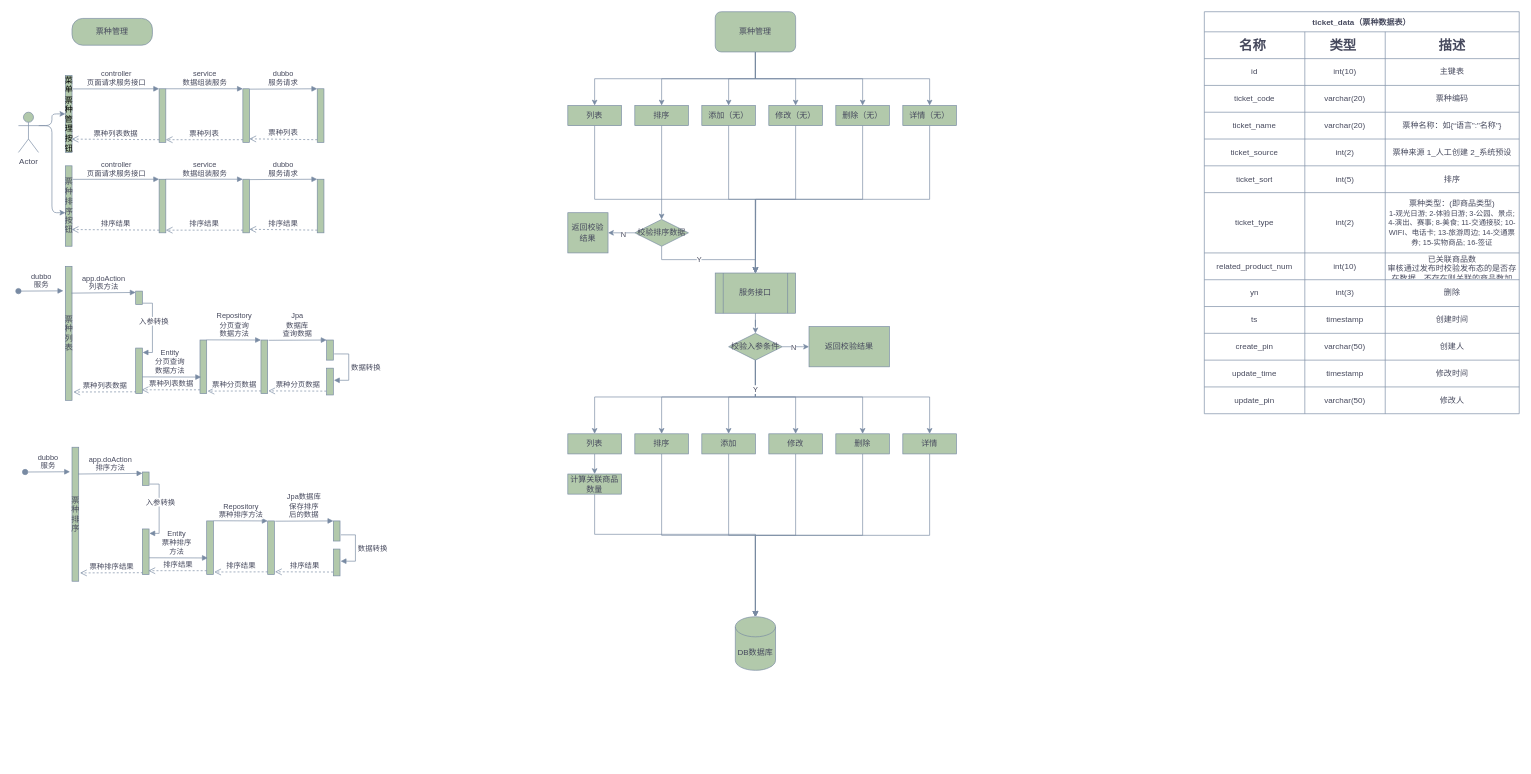
Before: page "票种管理" (1 of 2) of tour-product.drawio in liqiang0113/Project, a draw.io diagram. Source tidied: cells renumbered, new cells numbered last; positions are measured from the earlier drawing's top-left corner, leaving out a move shared by most shapes. Both pictures are drawn from the tidied source at 67%, with x=0, y=0 at pixel (18, 11).
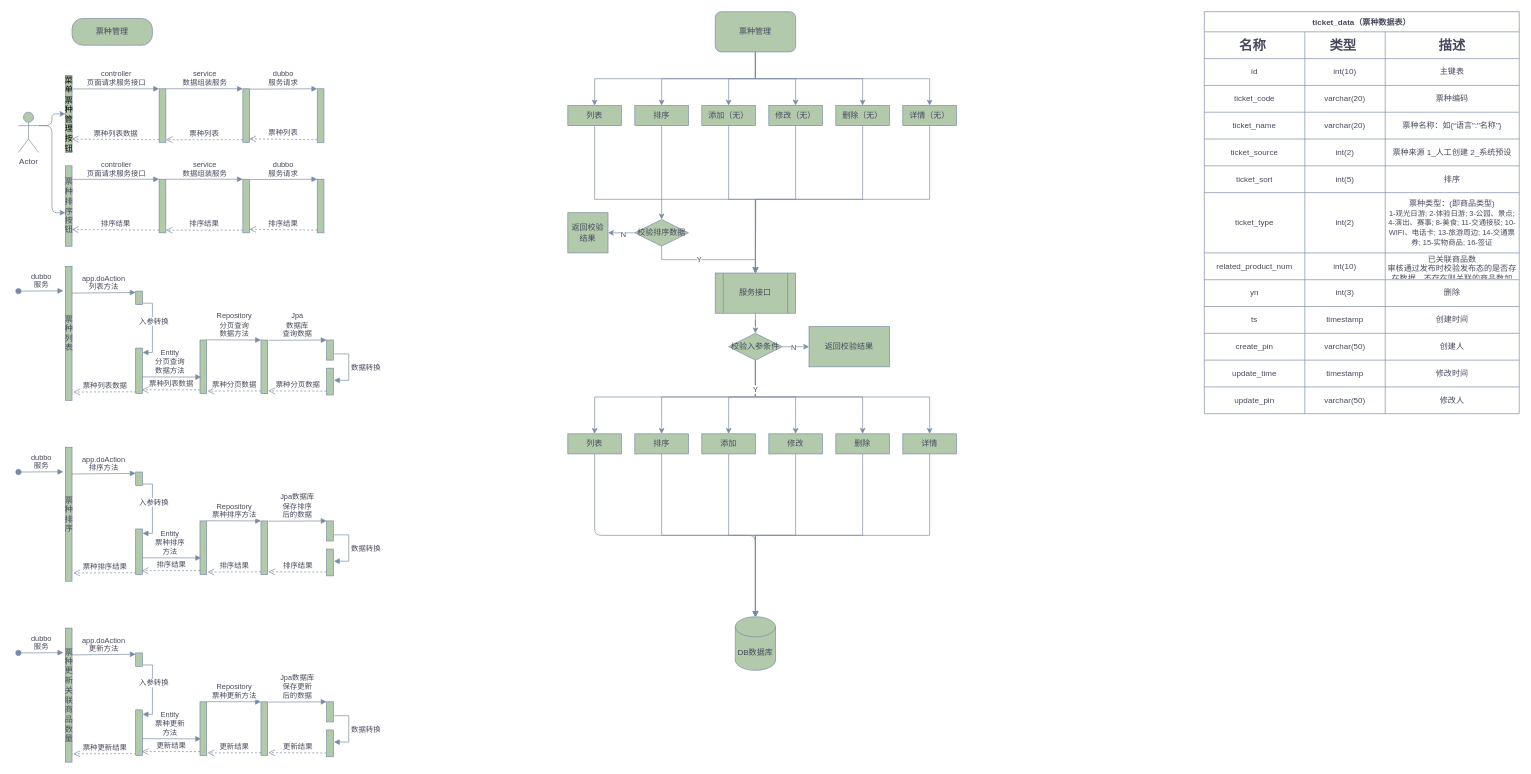
After the change.

Unchanged cells that the change refers to:
```xml
<mxCell id="29" value="列表" style="rounded=0;whiteSpace=wrap;html=1;fillColor=#B2C9AB;strokeColor=#788AA3;fontColor=#46495D;" parent="1" vertex="1">
  <mxGeometry x="820" y="630" width="80" height="30" as="geometry" />
</mxCell>
<mxCell id="52" value="DB数据库" style="shape=cylinder3;whiteSpace=wrap;html=1;boundedLbl=1;backgroundOutline=1;size=15;fillColor=#B2C9AB;strokeColor=#788AA3;fontColor=#46495D;" parent="1" vertex="1">
  <mxGeometry x="1070" y="903" width="60" height="80" as="geometry" />
</mxCell>
```

What changed in the source:
```diff
@@
-    <mxCell id="28" style="edgeStyle=orthogonalEdgeStyle;rounded=0;jettySize=auto;html=1;exitX=0.5;exitY=1;exitDx=0;exitDy=0;entryX=0.5;entryY=0;entryDx=0;entryDy=0;strokeColor=#788AA3;fontColor=#46495D;" parent="1" edge="1" source="29" target="54">
-      <mxGeometry relative="1" as="geometry" />
-    </mxCell>
+    <mxCell id="170" style="edgeStyle=orthogonalEdgeStyle;curved=0;rounded=1;sketch=0;jettySize=auto;html=1;exitX=0.5;exitY=1;exitDx=0;exitDy=0;entryX=0.5;entryY=0;entryDx=0;entryDy=0;entryPerimeter=0;fontColor=#46495D;strokeColor=#788AA3;fillColor=#B2C9AB;" parent="1" edge="1" source="29" target="52">
+      <mxGeometry relative="1" as="geometry" />
+    </mxCell>
@@
-    <mxCell id="53" style="edgeStyle=orthogonalEdgeStyle;rounded=0;jettySize=auto;html=1;exitX=0.5;exitY=1;exitDx=0;exitDy=0;strokeColor=#788AA3;fontColor=#46495D;" parent="1" edge="1" source="54" target="52">
-      <mxGeometry relative="1" as="geometry">
-        <Array as="points">
-          <mxPoint x="860" y="780" />
-          <mxPoint x="1100" y="780" />
-        </Array>
-      </mxGeometry>
-    </mxCell>
-    <mxCell id="54" value="计算关联商品数量" style="rounded=0;whiteSpace=wrap;html=1;fillColor=#B2C9AB;strokeColor=#788AA3;fontColor=#46495D;" parent="1" vertex="1">
-      <mxGeometry x="820" y="690" width="80" height="30" as="geometry" />
-    </mxCell>
@@
     <mxCell id="151" value="票&lt;br&gt;种&lt;br&gt;排&lt;br&gt;序" style="html=1;points=[];perimeter=orthogonalPerimeter;rounded=0;sketch=0;fontColor=#46495D;strokeColor=#788AA3;fillColor=#B2C9AB;" parent="1" vertex="1">
-      <mxGeometry x="80" y="650" width="10" height="200" as="geometry" />
+      <mxGeometry x="70" y="650" width="10" height="200" as="geometry" />
     </mxCell>
     <mxCell id="152" value="dubbo&lt;br&gt;服务" style="html=1;verticalAlign=bottom;startArrow=oval;endArrow=block;startSize=8;rounded=1;sketch=0;fontColor=#46495D;strokeColor=#788AA3;fillColor=#B2C9AB;curved=0;entryX=-0.3;entryY=0.183;entryDx=0;entryDy=0;entryPerimeter=0;" parent="1" edge="1" target="151">
       <mxGeometry relative="1" as="geometry">
-        <mxPoint x="10" y="687" as="sourcePoint" />
+        <mxPoint y="687" as="sourcePoint" />
       </mxGeometry>
     </mxCell>
     <mxCell id="153" style="html=1;points=[];perimeter=orthogonalPerimeter;rounded=0;sketch=0;fontColor=#46495D;strokeColor=#788AA3;fillColor=#B2C9AB;" parent="1" vertex="1">
-      <mxGeometry x="185" y="687" width="10" height="20" as="geometry" />
+      <mxGeometry x="175" y="687" width="10" height="20" as="geometry" />
     </mxCell>
@@
     <mxCell id="156" style="html=1;points=[];perimeter=orthogonalPerimeter;rounded=0;sketch=0;fontColor=#46495D;strokeColor=#788AA3;fillColor=#B2C9AB;" parent="1" vertex="1">
-      <mxGeometry x="281" y="760" width="10" height="80" as="geometry" />
+      <mxGeometry x="271" y="760" width="10" height="80" as="geometry" />
     </mxCell>
     <mxCell id="157" value="Entity&lt;br&gt;票种排序&lt;br&gt;方法" style="html=1;verticalAlign=bottom;endArrow=block;entryX=0.166;entryY=0.691;rounded=1;sketch=0;fontColor=#46495D;strokeColor=#788AA3;fillColor=#B2C9AB;curved=0;entryDx=0;entryDy=0;entryPerimeter=0;" parent="1" edge="1" target="156">
       <mxGeometry relative="1" as="geometry">
-        <mxPoint x="190" y="815" as="sourcePoint" />
+        <mxPoint x="180" y="815" as="sourcePoint" />
       </mxGeometry>
     </mxCell>
@@
     <mxCell id="159" style="html=1;points=[];perimeter=orthogonalPerimeter;rounded=0;sketch=0;fontColor=#46495D;strokeColor=#788AA3;fillColor=#B2C9AB;" parent="1" vertex="1">
-      <mxGeometry x="372" y="760" width="10" height="80" as="geometry" />
+      <mxGeometry x="362" y="760" width="10" height="80" as="geometry" />
     </mxCell>
@@
     <mxCell id="162" style="html=1;points=[];perimeter=orthogonalPerimeter;rounded=0;sketch=0;fontColor=#46495D;strokeColor=#788AA3;fillColor=#B2C9AB;" parent="1" vertex="1">
-      <mxGeometry x="470" y="760" width="10" height="30" as="geometry" />
+      <mxGeometry x="460" y="760" width="10" height="30" as="geometry" />
     </mxCell>
@@
     <mxCell id="165" style="html=1;points=[];perimeter=orthogonalPerimeter;rounded=0;sketch=0;fontColor=#46495D;strokeColor=#788AA3;fillColor=#B2C9AB;" parent="1" vertex="1">
-      <mxGeometry x="470" y="802" width="10" height="40" as="geometry" />
+      <mxGeometry x="460" y="802" width="10" height="40" as="geometry" />
     </mxCell>
     <mxCell id="166" value="数据转换" style="edgeStyle=orthogonalEdgeStyle;html=1;align=left;spacingLeft=2;endArrow=block;rounded=0;sketch=0;fontColor=#46495D;strokeColor=#788AA3;fillColor=#B2C9AB;curved=0;exitX=1.128;exitY=0.692;exitDx=0;exitDy=0;exitPerimeter=0;entryX=1.093;entryY=0.452;entryDx=0;entryDy=0;entryPerimeter=0;" parent="1" edge="1" source="162" target="165">
       <mxGeometry relative="1" as="geometry">
         <Array as="points">
-          <mxPoint x="503" y="781" />
-          <mxPoint x="503" y="820" />
+          <mxPoint x="493" y="781" />
+          <mxPoint x="493" y="820" />
         </Array>
       </mxGeometry>
     </mxCell>
     <mxCell id="167" style="html=1;points=[];perimeter=orthogonalPerimeter;rounded=0;sketch=0;fontColor=#46495D;strokeColor=#788AA3;fillColor=#B2C9AB;" parent="1" vertex="1">
-      <mxGeometry x="185" y="772" width="10" height="68" as="geometry" />
+      <mxGeometry x="175" y="772" width="10" height="68" as="geometry" />
     </mxCell>
     <mxCell id="168" style="edgeStyle=orthogonalEdgeStyle;html=1;align=left;spacingLeft=2;endArrow=block;rounded=0;sketch=0;fontColor=#46495D;strokeColor=#788AA3;fillColor=#B2C9AB;curved=0;exitX=1.076;exitY=0.9;exitDx=0;exitDy=0;exitPerimeter=0;entryX=1.041;entryY=0.097;entryDx=0;entryDy=0;entryPerimeter=0;" parent="1" edge="1" source="153" target="167">
       <mxGeometry relative="1" as="geometry">
         <Array as="points">
-          <mxPoint x="210" y="705" />
-          <mxPoint x="210" y="779" />
-          <mxPoint x="195" y="779" />
+          <mxPoint x="200" y="705" />
+          <mxPoint x="200" y="779" />
+          <mxPoint x="185" y="779" />
         </Array>
       </mxGeometry>
     </mxCell>
@@
+    <mxCell id="171" value="票&lt;br&gt;种&lt;br&gt;更&lt;br&gt;新&lt;br&gt;关&lt;br&gt;联&lt;br&gt;商&lt;br&gt;品&lt;br&gt;数&lt;br&gt;量" style="html=1;points=[];perimeter=orthogonalPerimeter;rounded=0;sketch=0;fontColor=#46495D;strokeColor=#788AA3;fillColor=#B2C9AB;" parent="1" vertex="1">
+      <mxGeometry x="70" y="920" width="10" height="200" as="geometry" />
+    </mxCell>
+    <mxCell id="172" value="dubbo&lt;br&gt;服务" style="html=1;verticalAlign=bottom;startArrow=oval;endArrow=block;startSize=8;rounded=1;sketch=0;fontColor=#46495D;strokeColor=#788AA3;fillColor=#B2C9AB;curved=0;entryX=-0.3;entryY=0.183;entryDx=0;entryDy=0;entryPerimeter=0;" parent="1" edge="1" target="171">
+      <mxGeometry relative="1" as="geometry">
+        <mxPoint y="957" as="sourcePoint" />
+      </mxGeometry>
+    </mxCell>
+    <mxCell id="173" style="html=1;points=[];perimeter=orthogonalPerimeter;rounded=0;sketch=0;fontColor=#46495D;strokeColor=#788AA3;fillColor=#B2C9AB;" parent="1" vertex="1">
+      <mxGeometry x="175" y="957" width="10" height="20" as="geometry" />
+    </mxCell>
+    <mxCell id="174" value="app.doAction&lt;br&gt;更新方法" style="html=1;verticalAlign=bottom;endArrow=block;entryX=0;entryY=0.1;rounded=1;sketch=0;fontColor=#46495D;strokeColor=#788AA3;fillColor=#B2C9AB;curved=0;exitX=0.9;exitY=0.2;exitDx=0;exitDy=0;exitPerimeter=0;entryDx=0;entryDy=0;entryPerimeter=0;" parent="1" edge="1" source="171" target="173">
+      <mxGeometry relative="1" as="geometry" />
+    </mxCell>
+    <mxCell id="175" value="票种更新结果" style="html=1;verticalAlign=bottom;endArrow=open;dashed=1;endSize=8;exitX=0.076;exitY=0.96;rounded=1;sketch=0;fontColor=#46495D;strokeColor=#788AA3;fillColor=#B2C9AB;curved=0;entryX=1.2;entryY=0.938;entryDx=0;entryDy=0;entryPerimeter=0;exitDx=0;exitDy=0;exitPerimeter=0;" parent="1" edge="1" source="187" target="171">
+      <mxGeometry relative="1" as="geometry" />
+    </mxCell>
+    <mxCell id="176" style="html=1;points=[];perimeter=orthogonalPerimeter;rounded=0;sketch=0;fontColor=#46495D;strokeColor=#788AA3;fillColor=#B2C9AB;" parent="1" vertex="1">
+      <mxGeometry x="271" y="1030" width="10" height="80" as="geometry" />
+    </mxCell>
+    <mxCell id="177" value="Entity&lt;br&gt;票种更新&lt;br&gt;方法" style="html=1;verticalAlign=bottom;endArrow=block;entryX=0.166;entryY=0.691;rounded=1;sketch=0;fontColor=#46495D;strokeColor=#788AA3;fillColor=#B2C9AB;curved=0;entryDx=0;entryDy=0;entryPerimeter=0;" parent="1" edge="1" target="176">
+      <mxGeometry relative="1" as="geometry">
+        <mxPoint x="180" y="1085" as="sourcePoint" />
+      </mxGeometry>
+    </mxCell>
+    <mxCell id="178" value="更新结果" style="html=1;verticalAlign=bottom;endArrow=open;dashed=1;endSize=8;rounded=1;sketch=0;fontColor=#46495D;strokeColor=#788AA3;fillColor=#B2C9AB;curved=0;entryX=0.903;entryY=0.916;entryDx=0;entryDy=0;entryPerimeter=0;" parent="1" edge="1" source="176" target="187">
+      <mxGeometry relative="1" as="geometry" />
+    </mxCell>
+    <mxCell id="179" style="html=1;points=[];perimeter=orthogonalPerimeter;rounded=0;sketch=0;fontColor=#46495D;strokeColor=#788AA3;fillColor=#B2C9AB;" parent="1" vertex="1">
+      <mxGeometry x="362" y="1030" width="10" height="80" as="geometry" />
+    </mxCell>
+    <mxCell id="180" value="Repository&lt;br&gt;票种更新方法" style="html=1;verticalAlign=bottom;endArrow=block;entryX=0;entryY=0;rounded=1;sketch=0;fontColor=#46495D;strokeColor=#788AA3;fillColor=#B2C9AB;curved=0;exitX=0.993;exitY=-0.003;exitDx=0;exitDy=0;exitPerimeter=0;" parent="1" edge="1" source="176" target="179">
+      <mxGeometry relative="1" as="geometry" />
+    </mxCell>
+    <mxCell id="181" value="更新结果" style="html=1;verticalAlign=bottom;endArrow=open;dashed=1;endSize=8;exitX=0;exitY=0.95;rounded=1;sketch=0;fontColor=#46495D;strokeColor=#788AA3;fillColor=#B2C9AB;curved=0;entryX=1.131;entryY=0.953;entryDx=0;entryDy=0;entryPerimeter=0;" parent="1" edge="1" source="179" target="176">
+      <mxGeometry relative="1" as="geometry" />
+    </mxCell>
+    <mxCell id="182" style="html=1;points=[];perimeter=orthogonalPerimeter;rounded=0;sketch=0;fontColor=#46495D;strokeColor=#788AA3;fillColor=#B2C9AB;" parent="1" vertex="1">
+      <mxGeometry x="460" y="1030" width="10" height="30" as="geometry" />
+    </mxCell>
+    <mxCell id="183" value="Jpa数据库&lt;br&gt;保存更新&lt;br&gt;后的数据" style="html=1;verticalAlign=bottom;endArrow=block;entryX=0;entryY=0;rounded=1;sketch=0;fontColor=#46495D;strokeColor=#788AA3;fillColor=#B2C9AB;curved=0;exitX=1.134;exitY=0.005;exitDx=0;exitDy=0;exitPerimeter=0;" parent="1" edge="1" source="179" target="182">
+      <mxGeometry relative="1" as="geometry" />
+    </mxCell>
+    <mxCell id="184" value="更新结果" style="html=1;verticalAlign=bottom;endArrow=open;dashed=1;endSize=8;exitX=-0.045;exitY=0.857;rounded=1;sketch=0;fontColor=#46495D;strokeColor=#788AA3;fillColor=#B2C9AB;curved=0;exitDx=0;exitDy=0;exitPerimeter=0;entryX=1.1;entryY=0.949;entryDx=0;entryDy=0;entryPerimeter=0;" parent="1" edge="1" source="185" target="179">
+      <mxGeometry relative="1" as="geometry" />
+    </mxCell>
+    <mxCell id="185" style="html=1;points=[];perimeter=orthogonalPerimeter;rounded=0;sketch=0;fontColor=#46495D;strokeColor=#788AA3;fillColor=#B2C9AB;" parent="1" vertex="1">
+      <mxGeometry x="460" y="1072" width="10" height="40" as="geometry" />
+    </mxCell>
+    <mxCell id="186" value="数据转换" style="edgeStyle=orthogonalEdgeStyle;html=1;align=left;spacingLeft=2;endArrow=block;rounded=0;sketch=0;fontColor=#46495D;strokeColor=#788AA3;fillColor=#B2C9AB;curved=0;exitX=1.128;exitY=0.692;exitDx=0;exitDy=0;exitPerimeter=0;entryX=1.093;entryY=0.452;entryDx=0;entryDy=0;entryPerimeter=0;" parent="1" edge="1" source="182" target="185">
+      <mxGeometry relative="1" as="geometry">
+        <Array as="points">
+          <mxPoint x="493" y="1051" />
+          <mxPoint x="493" y="1090" />
+        </Array>
+      </mxGeometry>
+    </mxCell>
+    <mxCell id="187" style="html=1;points=[];perimeter=orthogonalPerimeter;rounded=0;sketch=0;fontColor=#46495D;strokeColor=#788AA3;fillColor=#B2C9AB;" parent="1" vertex="1">
+      <mxGeometry x="175" y="1042" width="10" height="68" as="geometry" />
+    </mxCell>
+    <mxCell id="188" style="edgeStyle=orthogonalEdgeStyle;html=1;align=left;spacingLeft=2;endArrow=block;rounded=0;sketch=0;fontColor=#46495D;strokeColor=#788AA3;fillColor=#B2C9AB;curved=0;exitX=1.076;exitY=0.9;exitDx=0;exitDy=0;exitPerimeter=0;entryX=1.041;entryY=0.097;entryDx=0;entryDy=0;entryPerimeter=0;" parent="1" edge="1" source="173" target="187">
+      <mxGeometry relative="1" as="geometry">
+        <Array as="points">
+          <mxPoint x="200" y="975" />
+          <mxPoint x="200" y="1049" />
+          <mxPoint x="185" y="1049" />
+        </Array>
+      </mxGeometry>
+    </mxCell>
+    <mxCell id="189" value="入参转换" style="edgeLabel;html=1;align=center;verticalAlign=middle;fontColor=#46495D;" parent="188" vertex="1">
+      <mxGeometry x="-0.19" y="1" relative="1" as="geometry" />
+    </mxCell>
```
